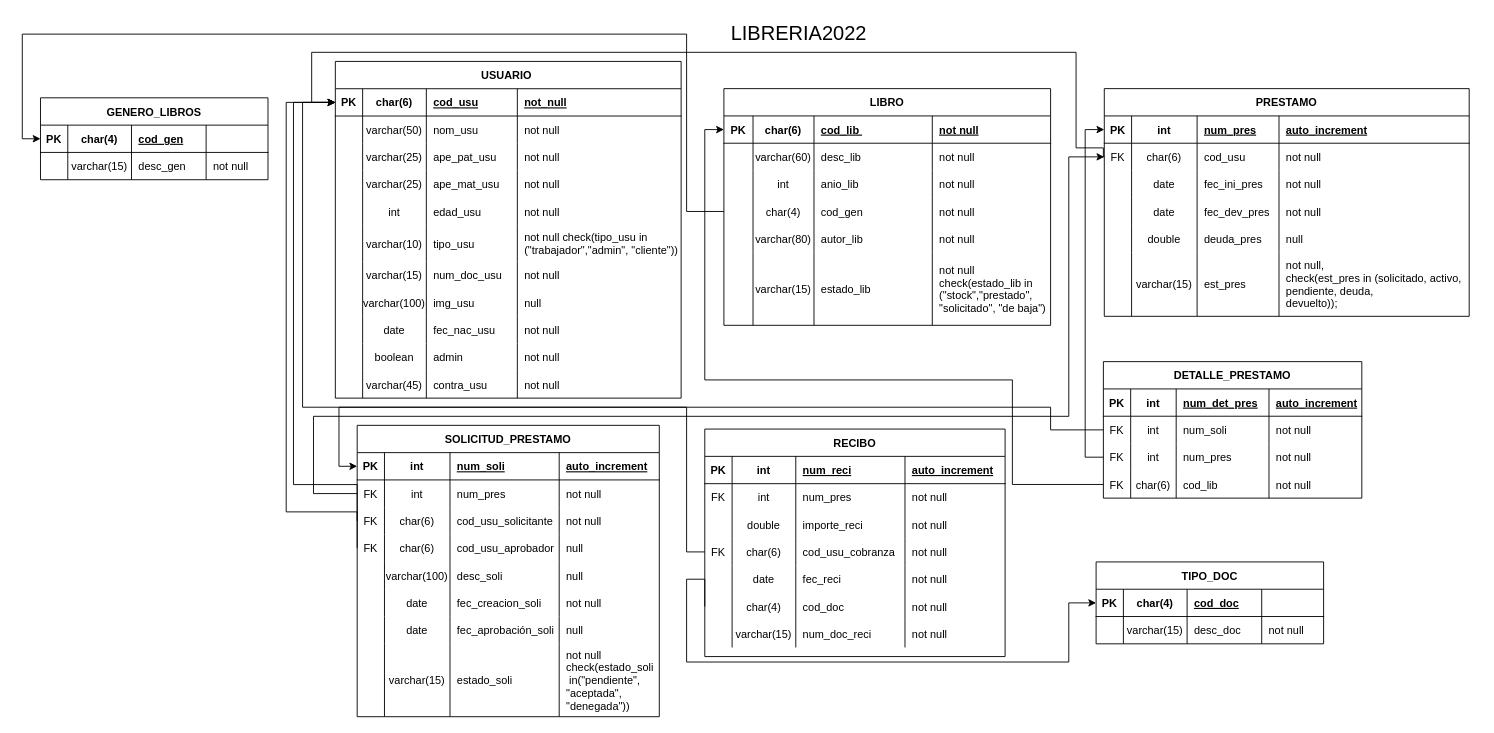
The draw.io diagram page "BDatos" (3 of 3) of LPII.drawio in BenZumaran/LPII, before the edit. Source tidied: cells renumbered, new cells numbered last; positions are measured from the earlier drawing's top-left corner, leaving out a move shared by most shapes. Both pictures are drawn from the tidied source at 91%, with x=0, y=0 at pixel (22, 15).
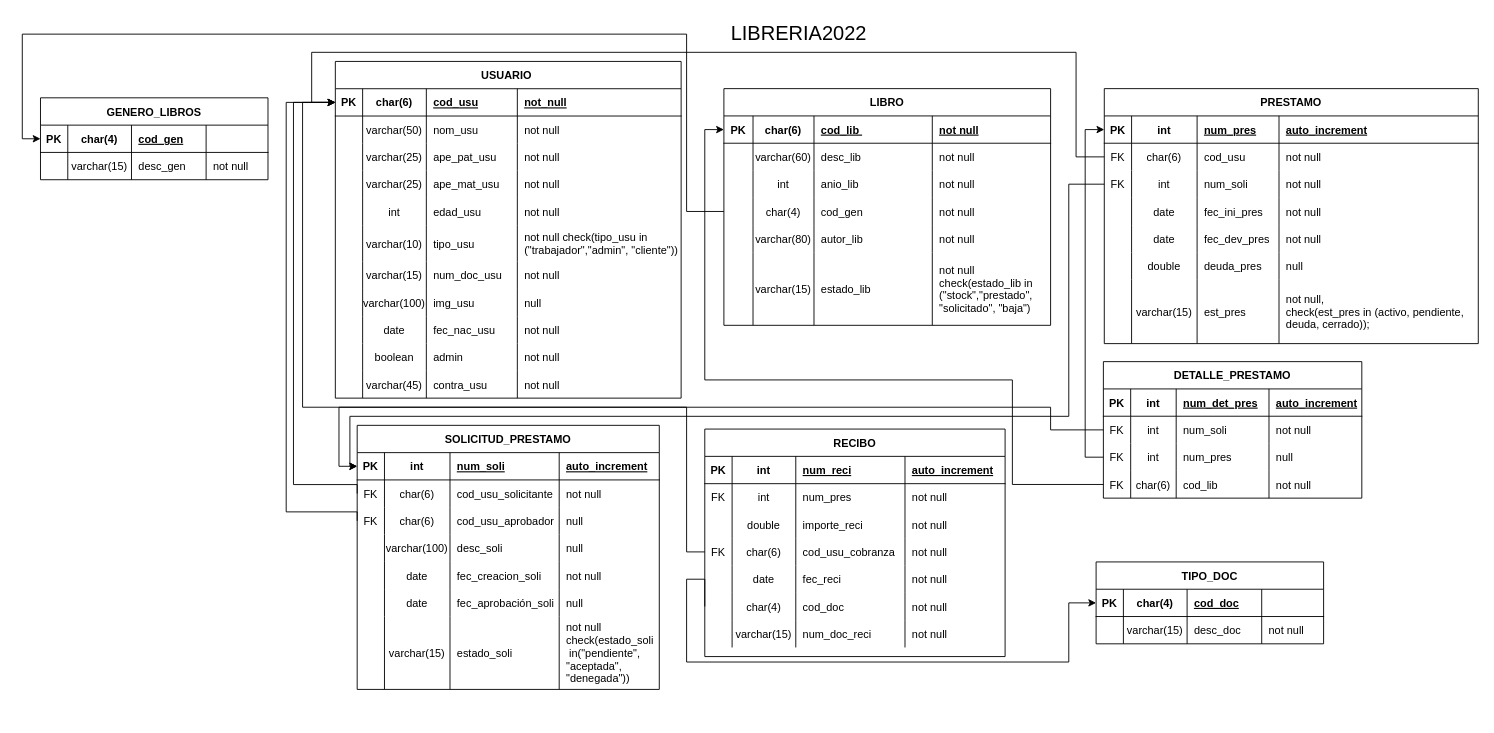
Above is the later version.

Unchanged cells that the change refers to:
```xml
<mxCell id="3" style="shape=tableRow;horizontal=0;startSize=0;swimlaneHead=0;swimlaneBody=0;fillColor=none;points=[[0,0.5],[1,0.5]];portConstraint=eastwest;top=0;left=0;right=0;bottom=1;" parent="2" vertex="1">
  <mxGeometry y="30" width="380" height="30" as="geometry" />
</mxCell>
<mxCell id="84" style="shape=tableRow;horizontal=0;startSize=0;swimlaneHead=0;swimlaneBody=0;fillColor=none;top=0;left=0;right=0;bottom=0;" parent="58" vertex="1">
  <mxGeometry y="180" width="359" height="80" as="geometry" />
</mxCell>
<mxCell id="121" style="shape=tableRow;horizontal=0;startSize=0;swimlaneHead=0;swimlaneBody=0;fillColor=none;points=[[0,0.5],[1,0.5]];portConstraint=eastwest;top=0;left=0;right=0;bottom=1;" parent="120" vertex="1">
  <mxGeometry y="30" width="332" height="30" as="geometry" />
</mxCell>
<mxCell id="212" style="shape=tableRow;horizontal=0;startSize=0;swimlaneHead=0;swimlaneBody=0;fillColor=none;points=[[0,0.5],[1,0.5]];portConstraint=eastwest;top=0;left=0;right=0;bottom=0;" parent="201" vertex="1">
  <mxGeometry y="90" width="284" height="30" as="geometry" />
</mxCell>
```

Change to the diagram source:
```diff
@@
-    <mxCell id="88" value="not null &#10;check(estado_lib in &#10;(&quot;stock&quot;,&quot;prestado&quot;,&#10;&quot;solicitado&quot;, &quot;de baja&quot;)" style="shape=partialRectangle;fillColor=none;top=0;left=0;bottom=0;right=0;align=left;spacingLeft=6;overflow=hidden;" parent="84" vertex="1">
+    <mxCell id="88" value="not null &#10;check(estado_lib in &#10;(&quot;stock&quot;,&quot;prestado&quot;,&#10;&quot;solicitado&quot;, &quot;baja&quot;)" style="shape=partialRectangle;fillColor=none;top=0;left=0;bottom=0;right=0;align=left;spacingLeft=6;overflow=hidden;" parent="84" vertex="1">
       <mxGeometry x="229" width="130" height="80" as="geometry" />
     </mxCell>
     <mxCell id="89" value="PRESTAMO" style="shape=table;startSize=30;childLayout=tableLayout;rowLines=0;fontStyle=1;align=center;" parent="1" vertex="1">
-      <mxGeometry x="1189" y="79.9" width="401" height="250.2" as="geometry" />
+      <mxGeometry x="1189" y="79.9" width="411" height="280.2" as="geometry" />
     </mxCell>
     <mxCell id="90" style="shape=tableRow;horizontal=0;startSize=0;swimlaneHead=0;swimlaneBody=0;fillColor=none;points=[[0,0.5],[1,0.5]];portConstraint=eastwest;top=0;left=0;right=0;bottom=1;" parent="89" vertex="1">
-      <mxGeometry y="30" width="401" height="30" as="geometry" />
+      <mxGeometry y="30" width="411" height="30" as="geometry" />
     </mxCell>
@@
     <mxCell id="94" value="auto_increment" style="shape=partialRectangle;fillColor=none;top=0;left=0;bottom=0;right=0;align=left;spacingLeft=6;fontStyle=5;overflow=hidden;" parent="90" vertex="1">
-      <mxGeometry x="192" width="209" height="30" as="geometry" />
+      <mxGeometry x="192" width="219" height="30" as="geometry" />
     </mxCell>
     <mxCell id="95" style="shape=tableRow;horizontal=0;startSize=0;swimlaneHead=0;swimlaneBody=0;fillColor=none;points=[[0,0.5],[1,0.5]];portConstraint=eastwest;top=0;left=0;right=0;bottom=0;" parent="89" vertex="1">
-      <mxGeometry y="60" width="401" height="30" as="geometry" />
+      <mxGeometry y="60" width="411" height="30" as="geometry" />
     </mxCell>
@@
     <mxCell id="99" value="not null" style="shape=partialRectangle;fillColor=none;top=0;left=0;bottom=0;right=0;align=left;spacingLeft=6;overflow=hidden;" parent="95" vertex="1">
-      <mxGeometry x="192" width="209" height="30" as="geometry" />
+      <mxGeometry x="192" width="219" height="30" as="geometry" />
     </mxCell>
+    <mxCell id="255" style="shape=tableRow;horizontal=0;startSize=0;swimlaneHead=0;swimlaneBody=0;fillColor=none;points=[[0,0.5],[1,0.5]];portConstraint=eastwest;top=0;left=0;right=0;bottom=0;" parent="89" vertex="1">
+      <mxGeometry y="90" width="411" height="30" as="geometry" />
+    </mxCell>
+    <mxCell id="127" value="FK" style="shape=partialRectangle;fillColor=none;top=0;left=0;bottom=0;right=0;overflow=hidden;" parent="255" vertex="1">
+      <mxGeometry width="30" height="30" as="geometry" />
+    </mxCell>
+    <mxCell id="128" value="int" style="shape=partialRectangle;fillColor=none;top=0;left=0;bottom=0;right=0;overflow=hidden;" parent="255" vertex="1">
+      <mxGeometry x="30" width="72" height="30" as="geometry" />
+    </mxCell>
+    <mxCell id="256" value="num_soli" style="shape=partialRectangle;fillColor=none;top=0;left=0;bottom=0;right=0;align=left;spacingLeft=6;overflow=hidden;" parent="255" vertex="1">
+      <mxGeometry x="102" width="90" height="30" as="geometry" />
+    </mxCell>
+    <mxCell id="130" value="not null" style="shape=partialRectangle;fillColor=none;top=0;left=0;bottom=0;right=0;align=left;spacingLeft=6;overflow=hidden;" parent="255" vertex="1">
+      <mxGeometry x="192" width="219" height="30" as="geometry" />
+    </mxCell>
     <mxCell id="100" style="shape=tableRow;horizontal=0;startSize=0;swimlaneHead=0;swimlaneBody=0;fillColor=none;top=0;left=0;right=0;bottom=0;" parent="89" vertex="1">
-      <mxGeometry y="90" width="401" height="30" as="geometry" />
+      <mxGeometry y="120" width="411" height="30" as="geometry" />
     </mxCell>
@@
     <mxCell id="104" value="not null" style="shape=partialRectangle;fillColor=none;top=0;left=0;bottom=0;right=0;align=left;spacingLeft=6;overflow=hidden;" parent="100" vertex="1">
-      <mxGeometry x="192" width="209" height="30" as="geometry" />
+      <mxGeometry x="192" width="219" height="30" as="geometry" />
     </mxCell>
     <mxCell id="105" style="shape=tableRow;horizontal=0;startSize=0;swimlaneHead=0;swimlaneBody=0;fillColor=none;top=0;left=0;right=0;bottom=0;" parent="89" vertex="1">
-      <mxGeometry y="120" width="401" height="30" as="geometry" />
+      <mxGeometry y="150" width="411" height="30" as="geometry" />
     </mxCell>
@@
     <mxCell id="109" value="not null" style="shape=partialRectangle;fillColor=none;top=0;left=0;bottom=0;right=0;align=left;spacingLeft=6;overflow=hidden;" parent="105" vertex="1">
-      <mxGeometry x="192" width="209" height="30" as="geometry" />
+      <mxGeometry x="192" width="219" height="30" as="geometry" />
     </mxCell>
     <mxCell id="110" style="shape=tableRow;horizontal=0;startSize=0;swimlaneHead=0;swimlaneBody=0;fillColor=none;top=0;left=0;right=0;bottom=0;" parent="89" vertex="1">
-      <mxGeometry y="150" width="401" height="30" as="geometry" />
+      <mxGeometry y="180" width="411" height="30" as="geometry" />
     </mxCell>
@@
     <mxCell id="114" value="null" style="shape=partialRectangle;fillColor=none;top=0;left=0;bottom=0;right=0;align=left;spacingLeft=6;overflow=hidden;" parent="110" vertex="1">
-      <mxGeometry x="192" width="209" height="30" as="geometry" />
+      <mxGeometry x="192" width="219" height="30" as="geometry" />
     </mxCell>
     <mxCell id="115" style="shape=tableRow;horizontal=0;startSize=0;swimlaneHead=0;swimlaneBody=0;fillColor=none;top=0;left=0;right=0;bottom=0;" parent="89" vertex="1">
-      <mxGeometry y="180" width="401" height="70" as="geometry" />
+      <mxGeometry y="210" width="411" height="70" as="geometry" />
     </mxCell>
@@
-    <mxCell id="119" value="not null,&#10;check(est_pres in (solicitado, activo, &#10;pendiente, deuda,&#10;devuelto));" style="shape=partialRectangle;fillColor=none;top=0;left=0;bottom=0;right=0;align=left;spacingLeft=6;overflow=hidden;" parent="115" vertex="1">
-      <mxGeometry x="192" width="209" height="70" as="geometry" />
+    <mxCell id="119" value="not null,&#10;check(est_pres in (activo, pendiente, &#10;deuda, cerrado));" style="shape=partialRectangle;fillColor=none;top=0;left=0;bottom=0;right=0;align=left;spacingLeft=6;overflow=hidden;" parent="115" vertex="1">
+      <mxGeometry x="192" width="219" height="70" as="geometry" />
     </mxCell>
     <mxCell id="120" value="SOLICITUD_PRESTAMO" style="shape=table;startSize=30;childLayout=tableLayout;rowLines=0;fontStyle=1;align=center;" parent="1" vertex="1">
-      <mxGeometry x="368" y="449.9" width="332" height="320.2" as="geometry" />
+      <mxGeometry x="368" y="449.9" width="332" height="290.2" as="geometry" />
     </mxCell>
@@
-    <mxCell id="126" style="shape=tableRow;horizontal=0;startSize=0;swimlaneHead=0;swimlaneBody=0;fillColor=none;points=[[0,0.5],[1,0.5]];portConstraint=eastwest;top=0;left=0;right=0;bottom=0;" parent="120" vertex="1">
-      <mxGeometry y="60" width="332" height="30" as="geometry" />
-    </mxCell>
-    <mxCell id="127" value="FK" style="shape=partialRectangle;fillColor=none;top=0;left=0;bottom=0;right=0;overflow=hidden;" parent="126" vertex="1">
-      <mxGeometry width="30" height="30" as="geometry" />
-    </mxCell>
-    <mxCell id="128" value="int" style="shape=partialRectangle;fillColor=none;top=0;left=0;bottom=0;right=0;overflow=hidden;" parent="126" vertex="1">
-      <mxGeometry x="30" width="72" height="30" as="geometry" />
-    </mxCell>
-    <mxCell id="129" value="num_pres" style="shape=partialRectangle;fillColor=none;top=0;left=0;bottom=0;right=0;align=left;spacingLeft=6;overflow=hidden;" parent="126" vertex="1">
-      <mxGeometry x="102" width="120" height="30" as="geometry" />
-    </mxCell>
-    <mxCell id="130" value="not null" style="shape=partialRectangle;fillColor=none;top=0;left=0;bottom=0;right=0;align=left;spacingLeft=6;overflow=hidden;" parent="126" vertex="1">
-      <mxGeometry x="222" width="110" height="30" as="geometry" />
-    </mxCell>
     <mxCell id="131" style="shape=tableRow;horizontal=0;startSize=0;swimlaneHead=0;swimlaneBody=0;fillColor=none;points=[[0,0.5],[1,0.5]];portConstraint=eastwest;top=0;left=0;right=0;bottom=0;" parent="120" vertex="1">
-      <mxGeometry y="90" width="332" height="30" as="geometry" />
+      <mxGeometry y="60" width="332" height="30" as="geometry" />
     </mxCell>
@@
     <mxCell id="136" style="shape=tableRow;horizontal=0;startSize=0;swimlaneHead=0;swimlaneBody=0;fillColor=none;points=[[0,0.5],[1,0.5]];portConstraint=eastwest;top=0;left=0;right=0;bottom=0;" parent="120" vertex="1">
-      <mxGeometry y="120" width="332" height="30" as="geometry" />
+      <mxGeometry y="90" width="332" height="30" as="geometry" />
     </mxCell>
@@
     <mxCell id="141" style="shape=tableRow;horizontal=0;startSize=0;swimlaneHead=0;swimlaneBody=0;fillColor=none;top=0;left=0;right=0;bottom=0;" parent="120" vertex="1">
-      <mxGeometry y="150" width="332" height="30" as="geometry" />
+      <mxGeometry y="120" width="332" height="30" as="geometry" />
     </mxCell>
@@
     <mxCell id="146" style="shape=tableRow;horizontal=0;startSize=0;swimlaneHead=0;swimlaneBody=0;fillColor=none;top=0;left=0;right=0;bottom=0;" parent="120" vertex="1">
-      <mxGeometry y="180" width="332" height="30" as="geometry" />
+      <mxGeometry y="150" width="332" height="30" as="geometry" />
     </mxCell>
@@
     <mxCell id="151" style="shape=tableRow;horizontal=0;startSize=0;swimlaneHead=0;swimlaneBody=0;fillColor=none;top=0;left=0;right=0;bottom=0;" parent="120" vertex="1">
-      <mxGeometry y="210" width="332" height="30" as="geometry" />
+      <mxGeometry y="180" width="332" height="30" as="geometry" />
     </mxCell>
@@
     <mxCell id="156" style="shape=tableRow;horizontal=0;startSize=0;swimlaneHead=0;swimlaneBody=0;fillColor=none;top=0;left=0;right=0;bottom=0;" parent="120" vertex="1">
-      <mxGeometry y="240" width="332" height="80" as="geometry" />
+      <mxGeometry y="210" width="332" height="80" as="geometry" />
     </mxCell>
@@
-    <mxCell id="216" value="not null" style="shape=partialRectangle;fillColor=none;top=0;left=0;bottom=0;right=0;align=left;spacingLeft=6;overflow=hidden;" parent="212" vertex="1">
+    <mxCell id="216" value="null" style="shape=partialRectangle;fillColor=none;top=0;left=0;bottom=0;right=0;align=left;spacingLeft=6;overflow=hidden;" parent="212" vertex="1">
       <mxGeometry x="182" width="102" height="30" as="geometry" />
     </mxCell>
@@
     <mxCell id="225" style="edgeStyle=orthogonalEdgeStyle;rounded=0;jettySize=auto;html=1;exitX=0;exitY=0.5;exitDx=0;exitDy=0;entryX=0;entryY=0.5;entryDx=0;entryDy=0;" parent="1" edge="1" source="95" target="3">
       <mxGeometry relative="1" as="geometry">
         <Array as="points">
-          <mxPoint x="1188" y="145" />
-          <mxPoint x="1158" y="145" />
+          <mxPoint x="1158" y="155" />
           <mxPoint x="1158" y="40" />
           <mxPoint x="318" y="40" />
           <mxPoint x="318" y="95" />
         </Array>
       </mxGeometry>
     </mxCell>
@@
-    <mxCell id="254" style="edgeStyle=orthogonalEdgeStyle;rounded=0;jettySize=auto;html=1;exitX=0;exitY=0.5;exitDx=0;exitDy=0;entryX=0;entryY=0.5;entryDx=0;entryDy=0;" parent="1" edge="1" source="126" target="95">
-      <mxGeometry relative="1" as="geometry">
-        <Array as="points">
-          <mxPoint x="320" y="525" />
-          <mxPoint x="320" y="440" />
-          <mxPoint x="1150" y="440" />
-          <mxPoint x="1150" y="155" />
-        </Array>
-      </mxGeometry>
-    </mxCell>
+    <mxCell id="257" style="edgeStyle=orthogonalEdgeStyle;rounded=0;jettySize=auto;html=1;exitX=0;exitY=0.5;exitDx=0;exitDy=0;entryX=0;entryY=0.5;entryDx=0;entryDy=0;" parent="1" edge="1" source="255" target="121">
+      <mxGeometry relative="1" as="geometry">
+        <Array as="points">
+          <mxPoint x="1150" y="185" />
+          <mxPoint x="1150" y="440" />
+          <mxPoint x="360" y="440" />
+          <mxPoint x="360" y="495" />
+        </Array>
+      </mxGeometry>
+    </mxCell>
```
